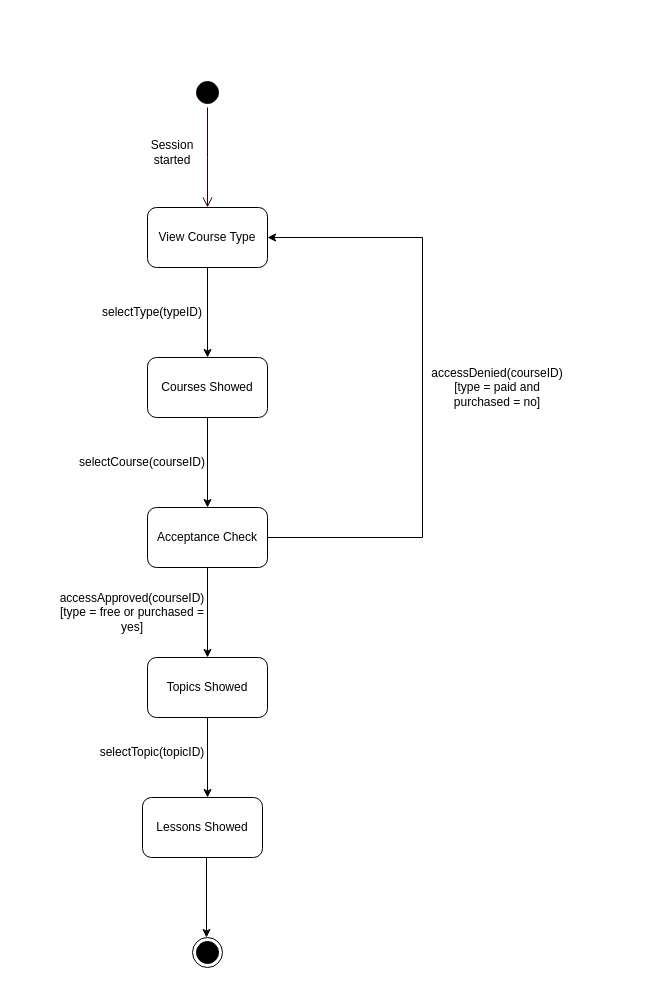
MdHuzzatunAli/ISD keeps this draw.io diagram as page "Selecting Topics" (3 of 8) of fianl_state.drawio. Above is the earlier version. Source tidied: cells renumbered, new cells numbered last; positions are measured from the earlier drawing's top-left corner, leaving out a move shared by most shapes. Both pictures are drawn from the tidied source at 100%, with x=0, y=0 at pixel (102, 77).
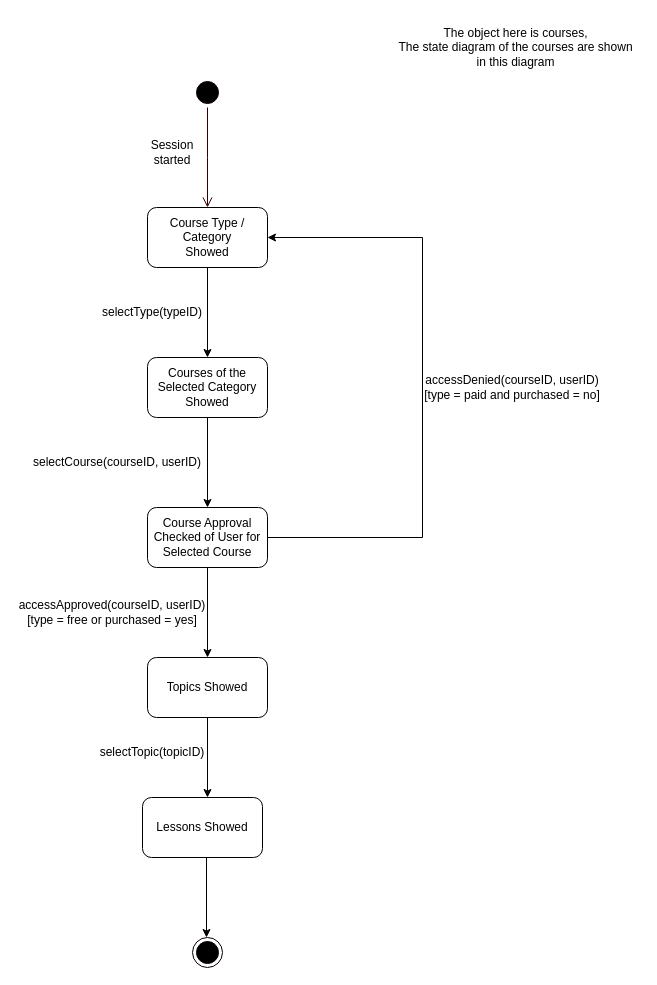
Above is the later version.

What changed in the source:
```diff
@@
-    <mxCell id="5" value="View Course Type" style="rounded=1;whiteSpace=wrap;html=1;" parent="1" vertex="1">
+    <mxCell id="5" value="&lt;div&gt;Course Type / Category&lt;/div&gt;&lt;div&gt;Showed&lt;br&gt;&lt;/div&gt;" style="rounded=1;whiteSpace=wrap;html=1;" parent="1" vertex="1">
       <mxGeometry x="45" y="130" width="120" height="60" as="geometry" />
     </mxCell>
@@
-    <mxCell id="7" value="Courses Showed" style="rounded=1;whiteSpace=wrap;html=1;" parent="1" vertex="1">
+    <mxCell id="7" value="Courses of the Selected Category Showed" style="rounded=1;whiteSpace=wrap;html=1;" parent="1" vertex="1">
       <mxGeometry x="45" y="280" width="120" height="60" as="geometry" />
     </mxCell>
@@
-    <mxCell id="10" value="selectCourse(courseID)" style="text;strokeColor=none;align=center;fillColor=none;html=1;verticalAlign=middle;whiteSpace=wrap;rounded=0;" parent="1" vertex="1">
-      <mxGeometry x="10" y="370" width="60" height="30" as="geometry" />
+    <mxCell id="10" value="selectCourse(courseID, userID)" style="text;strokeColor=none;align=center;fillColor=none;html=1;verticalAlign=middle;whiteSpace=wrap;rounded=0;" parent="1" vertex="1">
+      <mxGeometry x="-75" y="370" width="180" height="30" as="geometry" />
     </mxCell>
@@
-    <mxCell id="17" value="Acceptance Check" style="rounded=1;whiteSpace=wrap;html=1;" parent="1" vertex="1">
+    <mxCell id="17" value="Course Approval Checked of User for Selected Course" style="rounded=1;whiteSpace=wrap;html=1;" parent="1" vertex="1">
       <mxGeometry x="45" y="430" width="120" height="60" as="geometry" />
     </mxCell>
@@
-    <mxCell id="19" value="&lt;div&gt;accessApproved(courseID)&lt;/div&gt;&lt;div&gt;[type = free or purchased = yes]&lt;br&gt;&lt;/div&gt;" style="text;strokeColor=none;align=center;fillColor=none;html=1;verticalAlign=middle;whiteSpace=wrap;rounded=0;" parent="1" vertex="1">
-      <mxGeometry y="520" width="60" height="30" as="geometry" />
+    <mxCell id="19" value="&lt;div&gt;accessApproved(courseID, userID)&lt;/div&gt;&lt;div&gt;[type = free or purchased = yes]&lt;br&gt;&lt;/div&gt;" style="text;strokeColor=none;align=center;fillColor=none;html=1;verticalAlign=middle;whiteSpace=wrap;rounded=0;" parent="1" vertex="1">
+      <mxGeometry x="-85" y="520" width="190" height="30" as="geometry" />
     </mxCell>
@@
-    <mxCell id="23" value="&lt;div&gt;accessDenied(courseID)&lt;/div&gt;&lt;div&gt;[type = paid and purchased = no]&lt;br&gt;&lt;/div&gt;" style="text;strokeColor=none;align=center;fillColor=none;html=1;verticalAlign=middle;whiteSpace=wrap;rounded=0;" parent="1" vertex="1">
-      <mxGeometry x="340" y="295" width="110" height="30" as="geometry" />
+    <mxCell id="23" value="&lt;div&gt;accessDenied(courseID, userID)&lt;/div&gt;&lt;div&gt;[type = paid and purchased = no]&lt;br&gt;&lt;/div&gt;" style="text;strokeColor=none;align=center;fillColor=none;html=1;verticalAlign=middle;whiteSpace=wrap;rounded=0;" parent="1" vertex="1">
+      <mxGeometry x="320" y="295" width="180" height="30" as="geometry" />
     </mxCell>
+    <mxCell id="24" value="The object here is courses,&lt;br&gt;The state diagram of the courses are shown&lt;br&gt;in this diagram" style="text;html=1;align=center;verticalAlign=middle;strokeColor=none;fillColor=none;" parent="1" vertex="1">
+      <mxGeometry x="288" y="-60" width="250" height="60" as="geometry" />
+    </mxCell>
```
